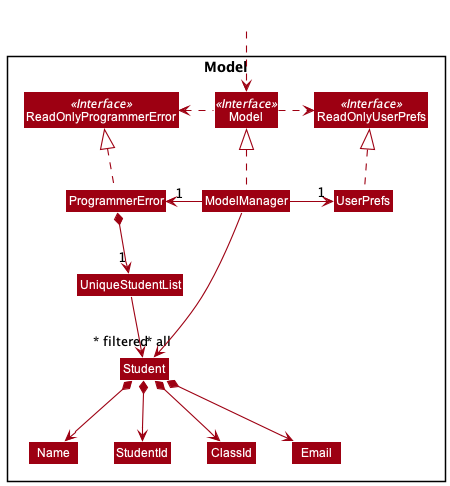
nus-cs2103-AY2122S1/tp keeps this PlantUML diagram as docs/images/ModelClassDiagram.png. Above is the earlier version.
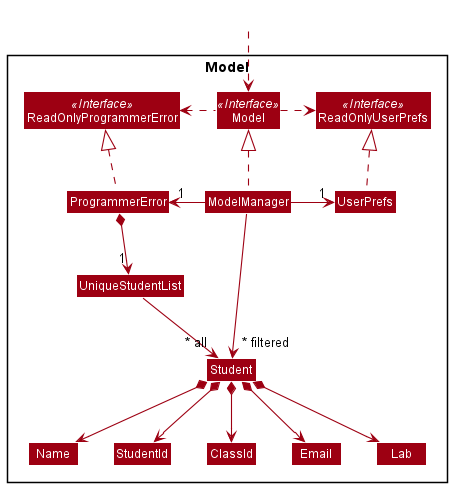
Later version of the same file.

What changed in the source:
```diff
@@ -22,6 +22,7 @@
 Class StudentId
 Class ClassId
 Class Email
+Class Lab
 
 }
 
@@ -44,6 +45,7 @@
 Student *--> StudentId
 Student *--> ClassId
 Student *--> Email
+Student *--> Lab
 
 Name -[hidden]right-> StudentId
 StudentId -[hidden]right-> ClassId
```
